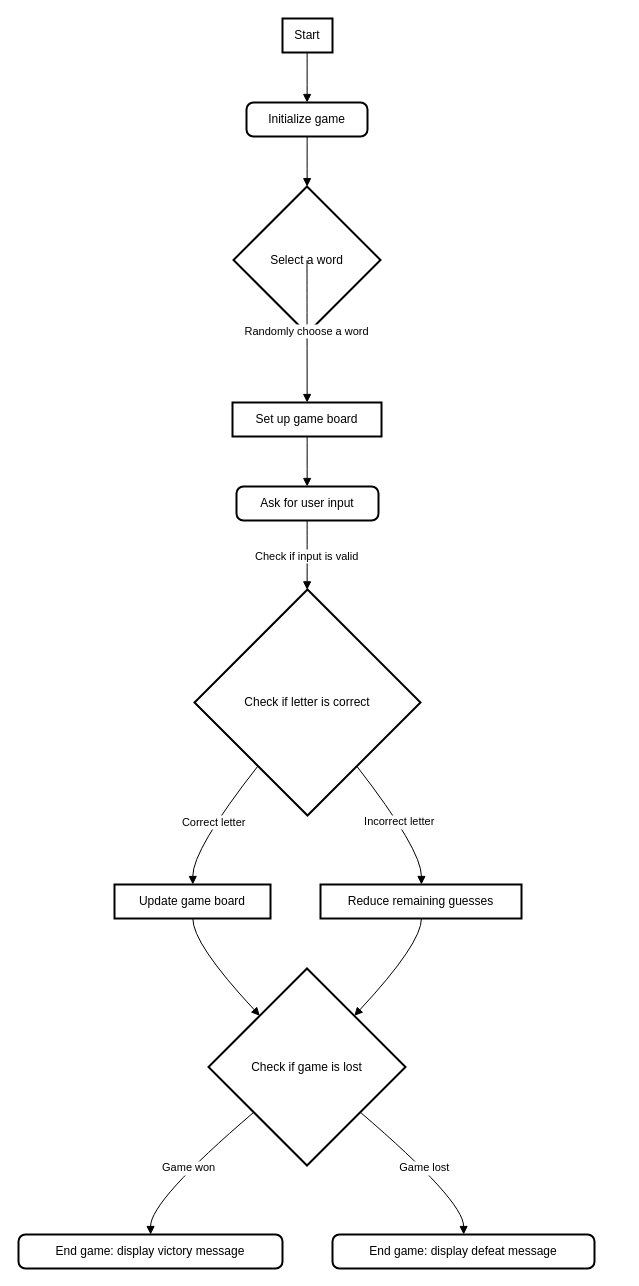
Earlier version of the draw.io diagram Day 007/Hangman Diagram.drawio (SIL3NTpenguin/100-days-python). Source tidied: cells renumbered, new cells numbered last; positions are measured from the earlier drawing's top-left corner, leaving out a move shared by most shapes. Both pictures are drawn from the tidied source at 100%, with x=0, y=0 at pixel (18, 18).
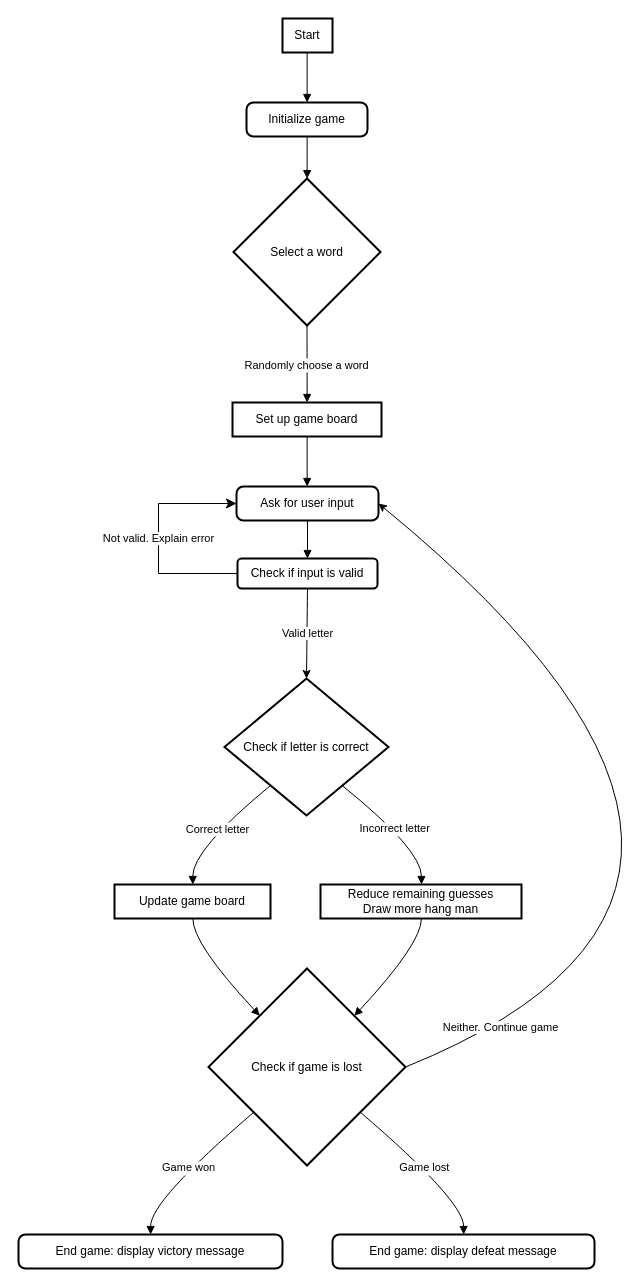
Above is the later version.

Unchanged cells that the change refers to:
```xml
<mxCell id="5" value="Set up game board" style="whiteSpace=wrap;strokeWidth=2;" parent="1" vertex="1">
  <mxGeometry x="214" y="384" width="149" height="34" as="geometry" />
</mxCell>
<mxCell id="6" value="Ask for user input" style="rounded=1;absoluteArcSize=1;arcSize=14;whiteSpace=wrap;strokeWidth=2;" parent="1" vertex="1">
  <mxGeometry x="218" y="468" width="142" height="34" as="geometry" />
</mxCell>
<mxCell id="10" value="Check if game is lost" style="rhombus;strokeWidth=2;whiteSpace=wrap;" parent="1" vertex="1">
  <mxGeometry x="190" y="950" width="197" height="197" as="geometry" />
</mxCell>
```

Diff of the diagram source:
```diff
@@
     <mxCell id="4" value="Select a word" style="rhombus;strokeWidth=2;whiteSpace=wrap;" parent="1" vertex="1">
-      <mxGeometry x="215" y="168" width="147" height="147" as="geometry" />
+      <mxGeometry x="215" y="160" width="147" height="147" as="geometry" />
     </mxCell>
@@
     <mxCell id="7" value="Check if letter is correct" style="rhombus;strokeWidth=2;whiteSpace=wrap;" parent="1" vertex="1">
-      <mxGeometry x="176" y="571" width="226" height="226" as="geometry" />
+      <mxGeometry x="206" y="660" width="164" height="137" as="geometry" />
     </mxCell>
@@
-    <mxCell id="9" value="Reduce remaining guesses" style="whiteSpace=wrap;strokeWidth=2;" parent="1" vertex="1">
+    <mxCell id="9" value="Reduce remaining guesses&#10;Draw more hang man" style="whiteSpace=wrap;strokeWidth=2;" parent="1" vertex="1">
       <mxGeometry x="302" y="866" width="201" height="34" as="geometry" />
     </mxCell>
@@
-    <mxCell id="15" value="Randomly choose a word" style="curved=1;startArrow=none;endArrow=block;exitX=0.5009637949418049;exitY=0.9986394765425701;entryX=0.5009508580969484;entryY=-0.00588226318359375;" parent="1" edge="1" source="4" target="5">
+    <mxCell id="15" value="Randomly choose a word" style="curved=1;startArrow=none;endArrow=block;entryX=0.5009508580969484;entryY=-0.00588226318359375;exitX=0.5;exitY=1;exitDx=0;exitDy=0;" parent="1" edge="1" source="4" target="5">
       <mxGeometry relative="1" as="geometry" />
     </mxCell>
@@
-    <mxCell id="17" value="Check if input is valid" style="curved=1;startArrow=none;endArrow=block;exitX=0.4974766046228543;exitY=0.9941177368164062;entryX=0.498414503789581;entryY=-0.0008849422488592367;" parent="1" edge="1" source="6" target="7">
-      <mxGeometry relative="1" as="geometry" />
-    </mxCell>
@@
+    <mxCell id="17" value="&lt;div&gt;Check if input is valid&lt;/div&gt;" style="rounded=1;whiteSpace=wrap;html=1;arcSize=14;strokeWidth=2;" parent="1" vertex="1">
+      <mxGeometry x="219" y="540" width="140" height="30" as="geometry" />
+    </mxCell>
+    <mxCell id="24" style="endArrow=block;html=1;rounded=1;exitX=0.5;exitY=1;exitDx=0;exitDy=0;entryX=0.5;entryY=0;entryDx=0;entryDy=0;startArrow=none;" parent="1" edge="1" source="6" target="17">
+      <mxGeometry relative="1" as="geometry" />
+    </mxCell>
+    <mxCell id="25" value="&lt;div&gt;Not valid. Explain error&lt;/div&gt;" style="edgeStyle=elbowEdgeStyle;elbow=horizontal;endArrow=classic;html=1;curved=0;rounded=0;endSize=8;startSize=8;labelBackgroundColor=default;strokeColor=default;fontFamily=Helvetica;fontSize=11;fontColor=default;shape=connector;exitX=0;exitY=0.5;exitDx=0;exitDy=0;entryX=0;entryY=0.5;entryDx=0;entryDy=0;" parent="1" edge="1" source="17" target="6">
+      <mxGeometry relative="1" as="geometry">
+        <Array as="points">
+          <mxPoint x="140" y="520" />
+        </Array>
+      </mxGeometry>
+    </mxCell>
+    <mxCell id="26" value="Valid letter" style="endArrow=classic;html=1;rounded=1;labelBackgroundColor=default;strokeColor=default;fontFamily=Helvetica;fontSize=11;fontColor=default;shape=connector;curved=1;exitX=0.5;exitY=1;exitDx=0;exitDy=0;entryX=0.5;entryY=0;entryDx=0;entryDy=0;" parent="1" edge="1" source="17" target="7">
+      <mxGeometry relative="1" as="geometry" />
+    </mxCell>
+    <mxCell id="27" value="Neither. Continue game" style="endArrow=classic;html=1;rounded=1;labelBackgroundColor=default;strokeColor=default;fontFamily=Helvetica;fontSize=11;fontColor=default;shape=connector;curved=1;exitX=1;exitY=0.5;exitDx=0;exitDy=0;entryX=1;entryY=0.5;entryDx=0;entryDy=0;" parent="1" edge="1" source="10" target="6">
+      <mxGeometry x="-0.81" y="1" relative="1" as="geometry">
+        <Array as="points">
+          <mxPoint x="830" y="870" />
+        </Array>
+      </mxGeometry>
+    </mxCell>
```
